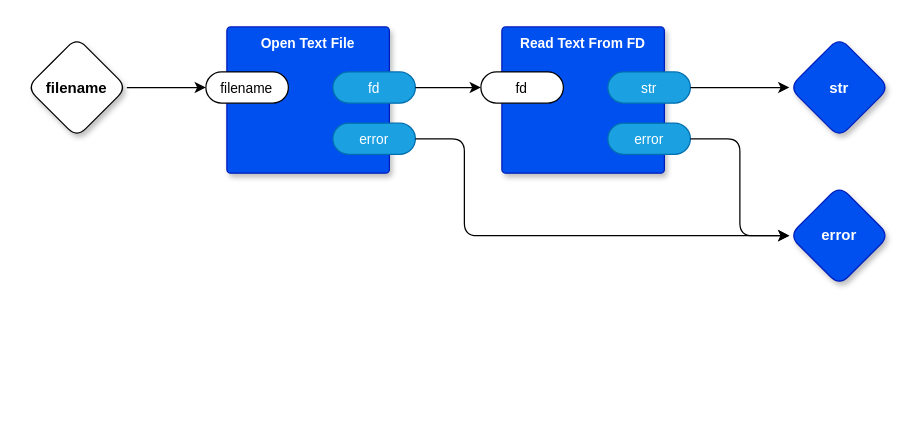
Above: page "textfilereader" (2 of 2) of ghoststars.drawio in guitarvydas/fabghoststars (draw.io), before the change. Source tidied: cells renumbered, new cells numbered last; positions are measured from the earlier drawing's top-left corner, leaving out a move shared by most shapes. Both pictures are drawn from the tidied source at 125%, with x=0, y=0 at pixel (26, 26).
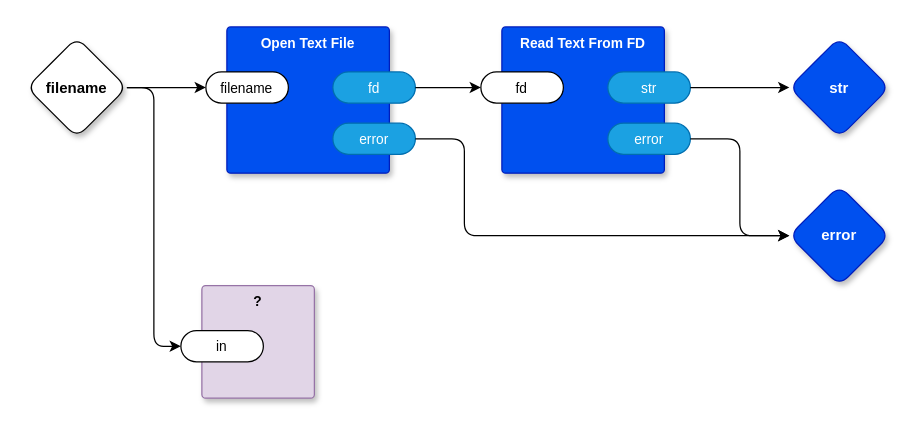
After the change.

Unchanged cells that the change refers to:
```xml
<mxCell id="7" value="filename" style="rhombus;whiteSpace=wrap;html=1;rounded=1;fontStyle=1;glass=0;sketch=0;fontSize=12;points=[[0,0.5,0,0,0],[0.5,0,0,0,0],[0.5,1,0,0,0],[1,0.5,0,0,0]];shadow=1;fontFamily=Helvetica;fontColor=default;" parent="1" vertex="1">
  <mxGeometry y="8.5" width="80" height="80" as="geometry" />
</mxCell>
```

What changed in the source:
```diff
@@
+    <mxCell id="18" style="edgeStyle=orthogonalEdgeStyle;shape=connector;rounded=1;jettySize=auto;html=1;entryX=0;entryY=0.5;entryDx=0;entryDy=0;entryPerimeter=0;labelBackgroundColor=default;strokeColor=default;fontFamily=Helvetica;fontSize=11;fontColor=default;endArrow=classic;" parent="1" edge="1" source="7" target="20">
+      <mxGeometry relative="1" as="geometry" />
+    </mxCell>
@@
+    <mxCell id="19" value="?" style="rounded=1;whiteSpace=wrap;html=1;sketch=0;verticalAlign=top;arcSize=6;fontStyle=1;absoluteArcSize=1;shadow=1;strokeColor=#9673a6;fillColor=#e1d5e7;fontFamily=Helvetica;fontSize=11;" parent="1" vertex="1">
+      <mxGeometry x="140" y="207" width="90" height="90" as="geometry" />
+    </mxCell>
+    <mxCell id="20" value="in" style="rounded=1;whiteSpace=wrap;html=1;sketch=0;points=[[0,0.5,0,0,0],[1,0.5,0,0,0]];arcSize=50;fontFamily=Helvetica;fontSize=11;fontColor=default;" parent="19" vertex="1">
+      <mxGeometry x="-16.8" y="36" width="66" height="25" as="geometry" />
+    </mxCell>
```
